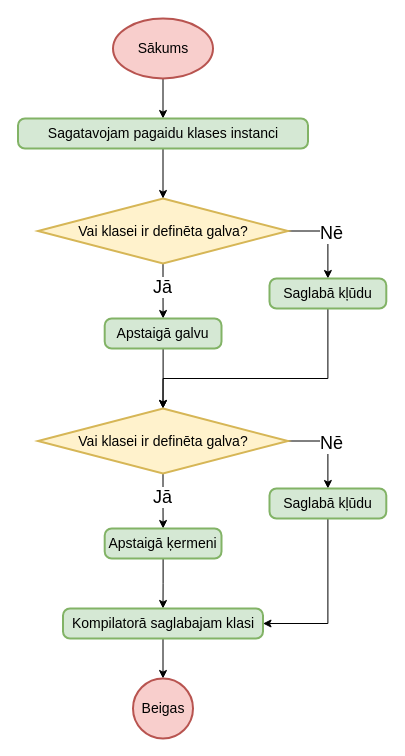
The draw.io diagram page "Klases kompilēsana" (1 of 4) of src/Kvalifikacijas darbs/Diagrammas/Kompilators/Klases.drawio in artiks12/webAppOS, before the edit. Source tidied: cells renumbered, new cells numbered last; positions are measured from the earlier drawing's top-left corner, leaving out a move shared by most shapes. Both pictures are drawn from the tidied source at 100%, with x=0, y=0 at pixel (18, 18).
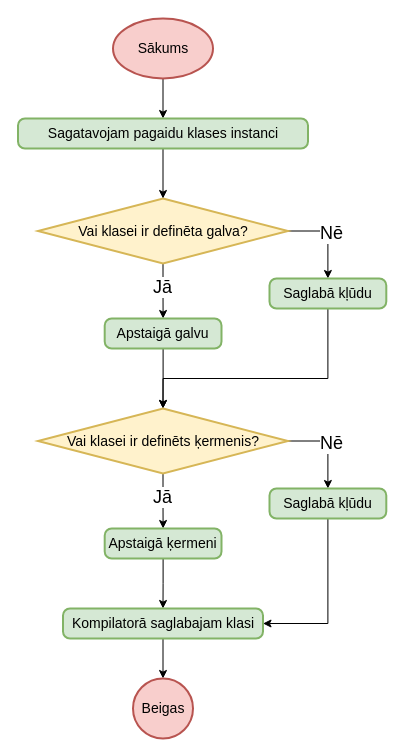
After the change.

Diff of the diagram source:
```diff
@@
-    <mxCell id="19" value="Vai klasei ir definēta galva?" style="strokeWidth=2;html=1;shape=mxgraph.flowchart.decision;whiteSpace=wrap;fontSize=14;fillColor=#fff2cc;strokeColor=#d6b656;" parent="1" vertex="1">
+    <mxCell id="19" value="Vai klasei ir definēts ķermenis?" style="strokeWidth=2;html=1;shape=mxgraph.flowchart.decision;whiteSpace=wrap;fontSize=14;fillColor=#fff2cc;strokeColor=#d6b656;" parent="1" vertex="1">
       <mxGeometry x="19.5" y="390" width="250" height="65" as="geometry" />
     </mxCell>
```
